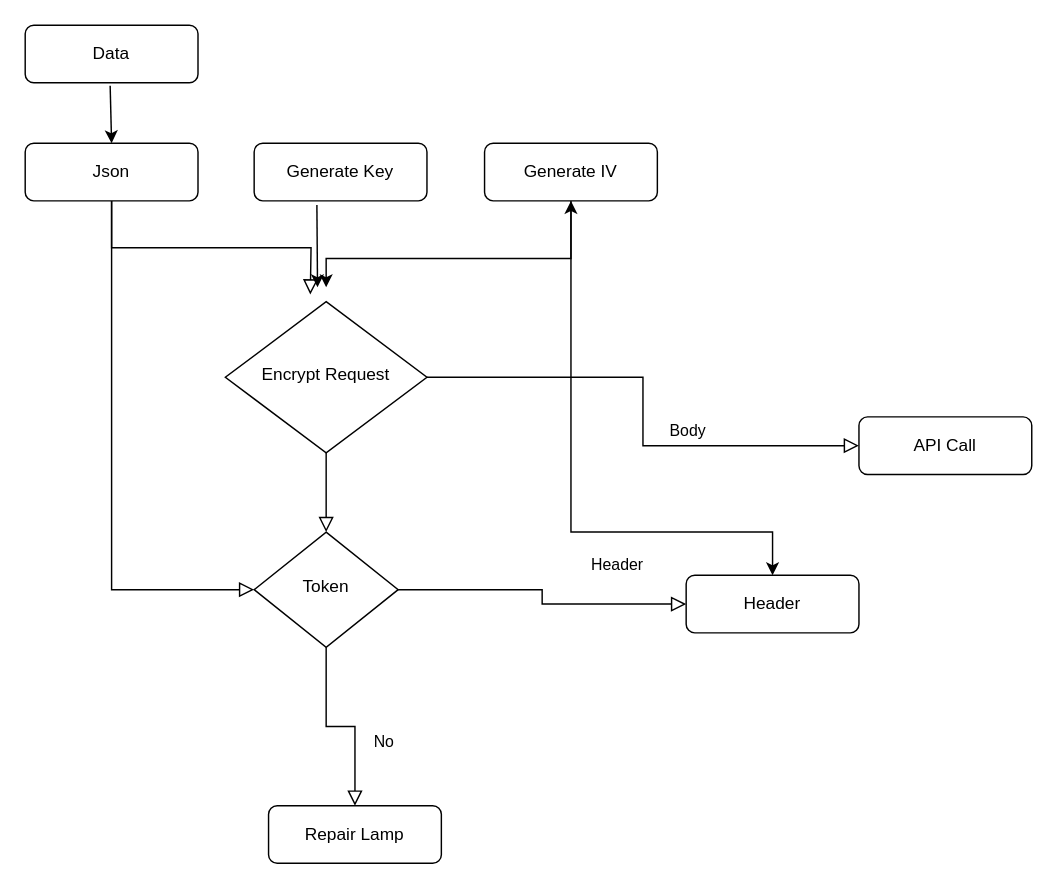
The draw.io diagram YesBank Encryption and Decryption.drawio in iamPrashanta/diagrams.draw.io, before the edit. Source tidied: cells renumbered, new cells numbered last; positions are measured from the earlier drawing's top-left corner, leaving out a move shared by most shapes. Both pictures are drawn from the tidied source at 144%, with x=0, y=0 at pixel (24, 24).
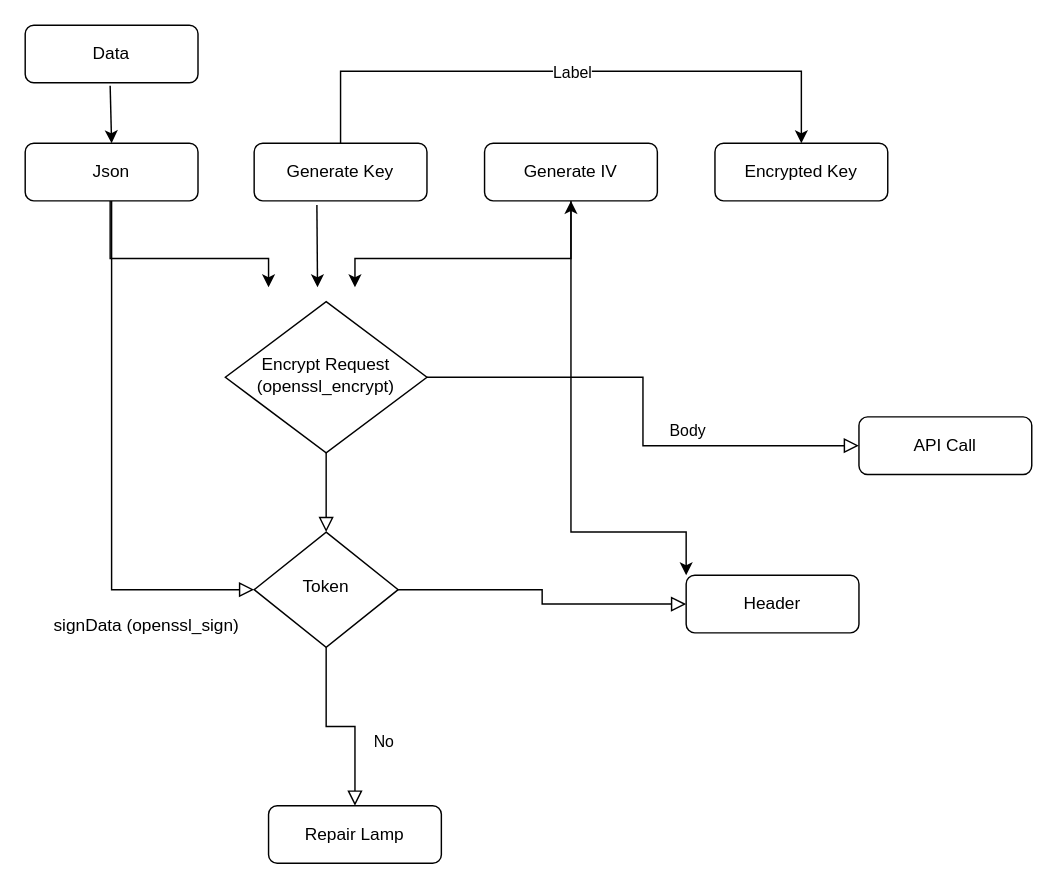
Above is the later version.

Unchanged cells that the change refers to:
```xml
<mxCell id="10" value="Token" style="rhombus;whiteSpace=wrap;html=1;shadow=0;fontFamily=Helvetica;fontSize=12;align=center;strokeWidth=1;spacing=6;spacingTop=-4;" parent="1" vertex="1">
  <mxGeometry x="159" y="352" width="100" height="80" as="geometry" />
</mxCell>
<mxCell id="12" value="Header" style="rounded=1;whiteSpace=wrap;html=1;fontSize=12;glass=0;strokeWidth=1;shadow=0;" parent="1" vertex="1">
  <mxGeometry x="459" y="382" width="120" height="40" as="geometry" />
</mxCell>
<mxCell id="13" value="Json" style="rounded=1;whiteSpace=wrap;html=1;fontSize=12;glass=0;strokeWidth=1;shadow=0;" parent="1" vertex="1">
  <mxGeometry y="82" width="120" height="40" as="geometry" />
</mxCell>
<mxCell id="14" value="Generate Key" style="rounded=1;whiteSpace=wrap;html=1;fontSize=12;glass=0;strokeWidth=1;shadow=0;" parent="1" vertex="1">
  <mxGeometry x="159" y="82" width="120" height="40" as="geometry" />
</mxCell>
<mxCell id="17" value="Generate&amp;nbsp;&lt;span style=&quot;background-color: initial;&quot;&gt;IV&lt;/span&gt;" style="rounded=1;whiteSpace=wrap;html=1;fontSize=12;glass=0;strokeWidth=1;shadow=0;" parent="1" vertex="1">
  <mxGeometry x="319" y="82" width="120" height="40" as="geometry" />
</mxCell>
```

Diff of the diagram source:
```diff
@@
-    <mxCell id="2" style="rounded=0;html=1;jettySize=auto;fontSize=11;endArrow=block;endFill=0;endSize=8;strokeWidth=1;shadow=0;labelBackgroundColor=none;edgeStyle=orthogonalEdgeStyle;exitX=0.5;exitY=1;exitDx=0;exitDy=0;" parent="1" edge="1" source="13">
-      <mxGeometry relative="1" as="geometry">
-        <mxPoint x="198" y="187" as="targetPoint" />
-      </mxGeometry>
-    </mxCell>
@@
-    <mxCell id="6" value="Encrypt Request" style="rhombus;whiteSpace=wrap;html=1;shadow=0;fontFamily=Helvetica;fontSize=12;align=center;strokeWidth=1;spacing=6;spacingTop=-4;" parent="1" vertex="1">
+    <mxCell id="6" value="Encrypt Request&lt;div&gt;(openssl_encrypt)&lt;/div&gt;" style="rhombus;whiteSpace=wrap;html=1;shadow=0;fontFamily=Helvetica;fontSize=12;align=center;strokeWidth=1;spacing=6;spacingTop=-4;" parent="1" vertex="1">
       <mxGeometry x="139" y="192" width="140" height="105" as="geometry" />
     </mxCell>
@@
-    <mxCell id="9" value="Header&lt;div&gt;&lt;br&gt;&lt;/div&gt;" style="edgeStyle=orthogonalEdgeStyle;rounded=0;html=1;jettySize=auto;fontSize=11;endArrow=block;endFill=0;endSize=8;strokeWidth=1;shadow=0;labelBackgroundColor=none;" parent="1" edge="1" source="10" target="12">
+    <mxCell id="9" value="&lt;div&gt;&lt;br&gt;&lt;/div&gt;" style="edgeStyle=orthogonalEdgeStyle;rounded=0;html=1;jettySize=auto;fontSize=11;endArrow=block;endFill=0;endSize=8;strokeWidth=1;shadow=0;labelBackgroundColor=none;" parent="1" edge="1" source="10" target="12">
       <mxGeometry x="0.54" y="20" relative="1" as="geometry" />
     </mxCell>
@@
     <mxCell id="18" style="endArrow=classic;startArrow=classic;html=1;rounded=0;entryX=0.5;entryY=1;entryDx=0;entryDy=0;" parent="1" edge="1" target="17">
       <mxGeometry relative="1" as="geometry">
-        <mxPoint x="209" y="182" as="sourcePoint" />
+        <mxPoint x="229" y="182" as="sourcePoint" />
         <Array as="points">
-          <mxPoint x="209" y="162" />
+          <mxPoint x="229" y="162" />
           <mxPoint x="379" y="162" />
         </Array>
       </mxGeometry>
     </mxCell>
@@
-    <mxCell id="20" style="endArrow=classic;html=1;rounded=0;exitX=0.5;exitY=1;exitDx=0;exitDy=0;entryX=0.5;entryY=0;entryDx=0;entryDy=0;" parent="1" edge="1" source="17" target="12">
+    <mxCell id="20" style="endArrow=classic;html=1;rounded=0;exitX=0.5;exitY=1;exitDx=0;exitDy=0;entryX=0;entryY=0;entryDx=0;entryDy=0;" parent="1" edge="1" source="17" target="12">
       <mxGeometry relative="1" as="geometry">
         <Array as="points">
           <mxPoint x="379" y="352" />
-          <mxPoint x="519" y="352" />
+          <mxPoint x="459" y="352" />
         </Array>
       </mxGeometry>
     </mxCell>
+    <mxCell id="21" style="endArrow=classic;html=1;rounded=0;" parent="1" edge="1">
+      <mxGeometry relative="1" as="geometry">
+        <mxPoint x="59" y="122" as="sourcePoint" />
+        <mxPoint x="169" y="182" as="targetPoint" />
+        <Array as="points">
+          <mxPoint x="59" y="162" />
+          <mxPoint x="169" y="162" />
+        </Array>
+      </mxGeometry>
+    </mxCell>
+    <mxCell id="22" value="signData (openssl_sign)" style="text;html=1;align=center;verticalAlign=middle;strokeColor=none;fillColor=none;" parent="1" vertex="1">
+      <mxGeometry x="9" y="402" width="150" height="30" as="geometry" />
+    </mxCell>
+    <mxCell id="23" value="Encrypted Key" style="rounded=1;whiteSpace=wrap;html=1;fontSize=12;glass=0;strokeWidth=1;shadow=0;" parent="1" vertex="1">
+      <mxGeometry x="479" y="82" width="120" height="40" as="geometry" />
+    </mxCell>
+    <mxCell id="24" style="endArrow=classic;html=1;rounded=0;entryX=0.5;entryY=0;entryDx=0;entryDy=0;exitX=0.5;exitY=0;exitDx=0;exitDy=0;" parent="1" edge="1" source="14" target="23">
+      <mxGeometry relative="1" as="geometry">
+        <Array as="points">
+          <mxPoint x="219" y="32" />
+          <mxPoint x="539" y="32" />
+        </Array>
+      </mxGeometry>
+    </mxCell>
+    <mxCell id="25" value="Label" style="edgeLabel;html=1;align=center;verticalAlign=middle;" parent="24" vertex="1">
+      <mxGeometry relative="1" as="geometry" />
+    </mxCell>
```
